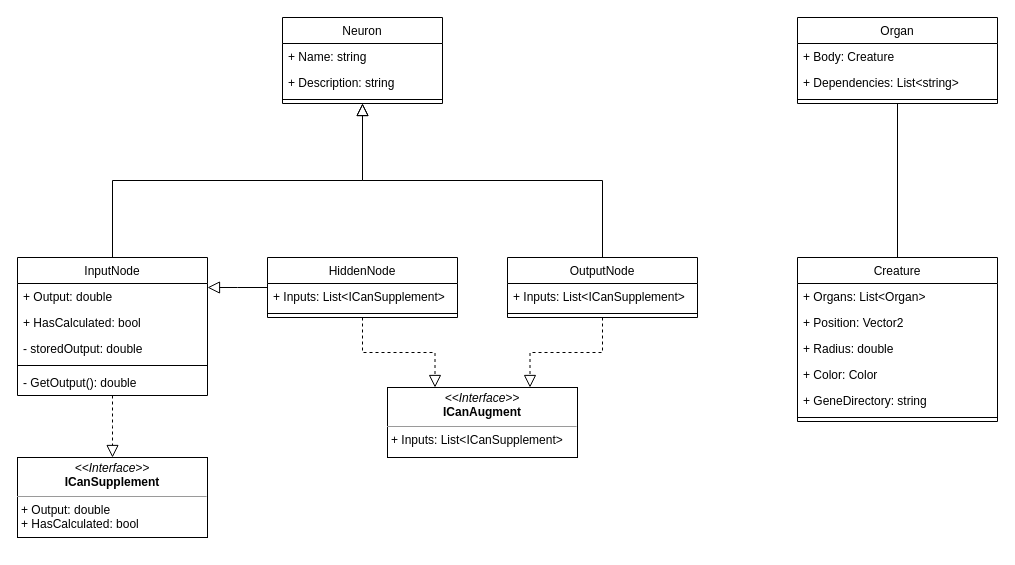
The draw.io diagram ClassDiagram.drawio in Exouxas/FosterScript.Core, before the edit. Source tidied: cells renumbered, new cells numbered last; positions are measured from the earlier drawing's top-left corner, leaving out a move shared by most shapes. Both pictures are drawn from the tidied source at 100%, with x=0, y=0 at pixel (17, 17).
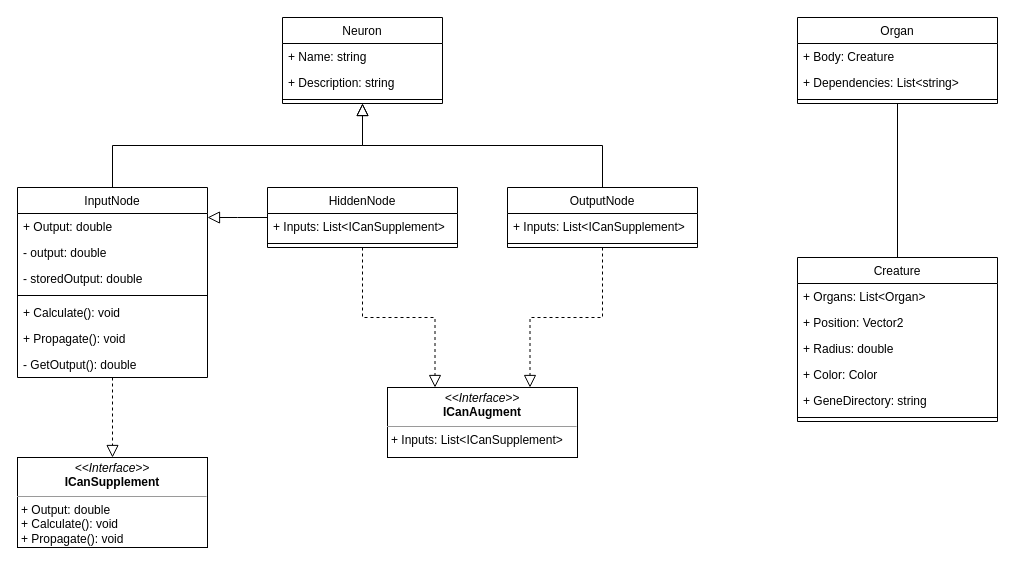
After the change.

Commit message:
Updated class diagram to match

What changed in the source:
```diff
@@
     <mxCell id="6" value="InputNode" style="swimlane;fontStyle=0;align=center;verticalAlign=top;horizontal=1;startSize=26;rounded=0;shadow=0;strokeWidth=1;" parent="1" vertex="1">
-      <mxGeometry y="240" width="190" height="138" as="geometry" />
+      <mxGeometry y="170" width="190" height="190" as="geometry" />
     </mxCell>
@@
-    <mxCell id="8" value="+ HasCalculated: bool" style="text;align=left;verticalAlign=top;spacingLeft=4;spacingRight=4;overflow=hidden;" parent="6" vertex="1">
+    <mxCell id="8" value="- output: double" style="text;align=left;verticalAlign=top;spacingLeft=4;spacingRight=4;overflow=hidden;" parent="6" vertex="1">
       <mxGeometry y="52" width="190" height="26" as="geometry" />
     </mxCell>
@@
+    <mxCell id="38" value="+ Calculate(): void" style="text;align=left;verticalAlign=top;spacingLeft=4;spacingRight=4;overflow=hidden;" parent="6" vertex="1">
+      <mxGeometry y="112" width="190" height="26" as="geometry" />
+    </mxCell>
+    <mxCell id="39" value="+ Propagate(): void" style="text;align=left;verticalAlign=top;spacingLeft=4;spacingRight=4;overflow=hidden;" parent="6" vertex="1">
+      <mxGeometry y="138" width="190" height="26" as="geometry" />
+    </mxCell>
     <mxCell id="11" value="- GetOutput(): double" style="text;align=left;verticalAlign=top;spacingLeft=4;spacingRight=4;overflow=hidden;" parent="6" vertex="1">
-      <mxGeometry y="112" width="190" height="26" as="geometry" />
+      <mxGeometry y="164" width="190" height="26" as="geometry" />
     </mxCell>
@@
     <mxCell id="13" value="OutputNode" style="swimlane;fontStyle=0;align=center;verticalAlign=top;horizontal=1;startSize=26;rounded=0;shadow=0;strokeWidth=1;" parent="1" vertex="1">
-      <mxGeometry x="490" y="240" width="190" height="60" as="geometry" />
+      <mxGeometry x="490" y="170" width="190" height="60" as="geometry" />
     </mxCell>
@@
     <mxCell id="29" value="HiddenNode" style="swimlane;fontStyle=0;align=center;verticalAlign=top;horizontal=1;startSize=26;rounded=0;shadow=0;strokeWidth=1;" parent="1" vertex="1">
-      <mxGeometry x="250" y="240" width="190" height="60" as="geometry" />
+      <mxGeometry x="250" y="170" width="190" height="60" as="geometry" />
     </mxCell>
@@
-    <mxCell id="34" value="&lt;p style=&quot;margin: 0px ; margin-top: 4px ; text-align: center&quot;&gt;&lt;i&gt;&amp;lt;&amp;lt;Interface&amp;gt;&amp;gt;&lt;/i&gt;&lt;br&gt;&lt;b&gt;ICanSupplement&lt;/b&gt;&lt;/p&gt;&lt;hr size=&quot;1&quot;&gt;&lt;p style=&quot;margin: 0px ; margin-left: 4px&quot;&gt;+ Output: double&lt;br&gt;&lt;/p&gt;&lt;p style=&quot;margin: 0px ; margin-left: 4px&quot;&gt;+ HasCalculated: bool&lt;/p&gt;" style="verticalAlign=top;align=left;overflow=fill;fontSize=12;fontFamily=Helvetica;html=1;" parent="1" vertex="1">
-      <mxGeometry y="440" width="190" height="80" as="geometry" />
+    <mxCell id="34" value="&lt;p style=&quot;margin: 0px ; margin-top: 4px ; text-align: center&quot;&gt;&lt;i&gt;&amp;lt;&amp;lt;Interface&amp;gt;&amp;gt;&lt;/i&gt;&lt;br&gt;&lt;b&gt;ICanSupplement&lt;/b&gt;&lt;/p&gt;&lt;hr size=&quot;1&quot;&gt;&lt;p style=&quot;margin: 0px ; margin-left: 4px&quot;&gt;+ Output: double&lt;/p&gt;&lt;p style=&quot;margin: 0px ; margin-left: 4px&quot;&gt;+ Calculate(): void&lt;/p&gt;&lt;p style=&quot;margin: 0px ; margin-left: 4px&quot;&gt;+ Propagate(): void&lt;/p&gt;" style="verticalAlign=top;align=left;overflow=fill;fontSize=12;fontFamily=Helvetica;html=1;" parent="1" vertex="1">
+      <mxGeometry y="440" width="190" height="90" as="geometry" />
     </mxCell>
```
